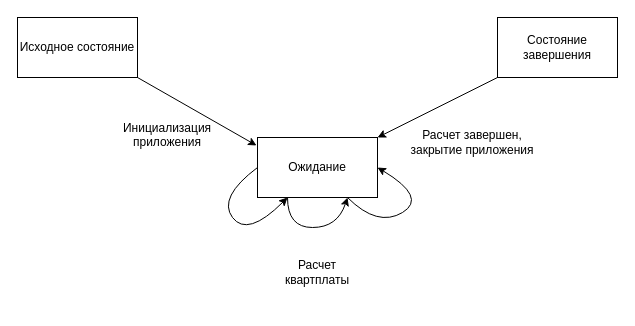
The draw.io diagram Диаграмма переходов состояний.drawio in CryKeN00/Diagrams, before the edit. Source tidied: cells renumbered, new cells numbered last; positions are measured from the earlier drawing's top-left corner, leaving out a move shared by most shapes. Both pictures are drawn from the tidied source at 100%, with x=0, y=0 at pixel (17, 17).
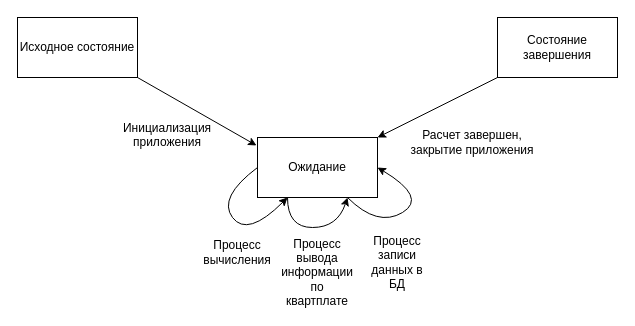
Above is the later version.

The edit, as a diff of the source:
```diff
@@
-    <mxCell id="12" value="Расчет квартплаты" style="text;html=1;align=center;verticalAlign=middle;whiteSpace=wrap;rounded=0;" parent="1" vertex="1">
-      <mxGeometry x="270" y="240" width="60" height="30" as="geometry" />
+    <mxCell id="12" value="Процесс вычисления" style="text;html=1;align=center;verticalAlign=middle;whiteSpace=wrap;rounded=0;" parent="1" vertex="1">
+      <mxGeometry x="190" y="220" width="60" height="30" as="geometry" />
     </mxCell>
+    <mxCell id="13" value="Процесс вывода информации по квартплате" style="text;html=1;align=center;verticalAlign=middle;whiteSpace=wrap;rounded=0;" parent="1" vertex="1">
+      <mxGeometry x="270" y="240" width="60" height="30" as="geometry" />
+    </mxCell>
+    <mxCell id="14" value="Процесс записи данных в БД" style="text;html=1;align=center;verticalAlign=middle;whiteSpace=wrap;rounded=0;" parent="1" vertex="1">
+      <mxGeometry x="350" y="230" width="60" height="30" as="geometry" />
+    </mxCell>
```
